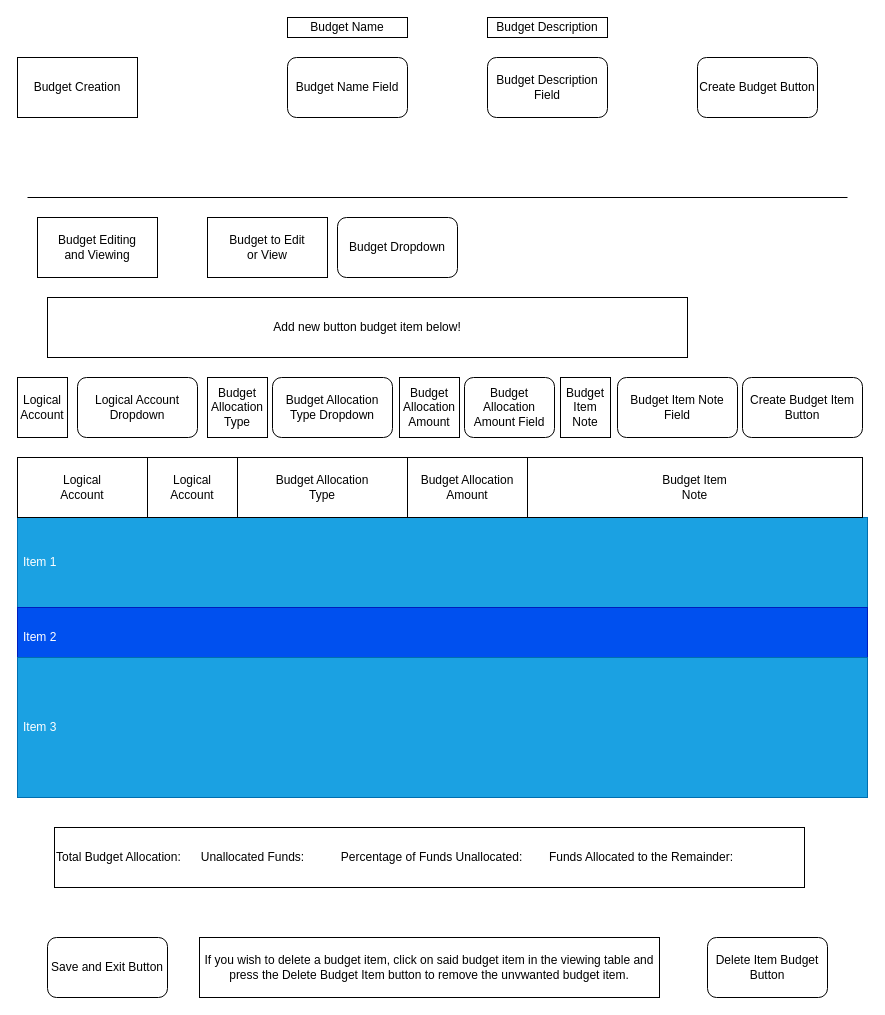
Before: page "Budgeting UI Rought Draft" (3 of 3) of Budgeting UI.drawio in Trenton-Gibson/Python-Finance-Project, a draw.io diagram. Source tidied: cells renumbered, new cells numbered last; positions are measured from the earlier drawing's top-left corner, leaving out a move shared by most shapes. Both pictures are drawn from the tidied source at 100%, with x=0, y=0 at pixel (17, 17).
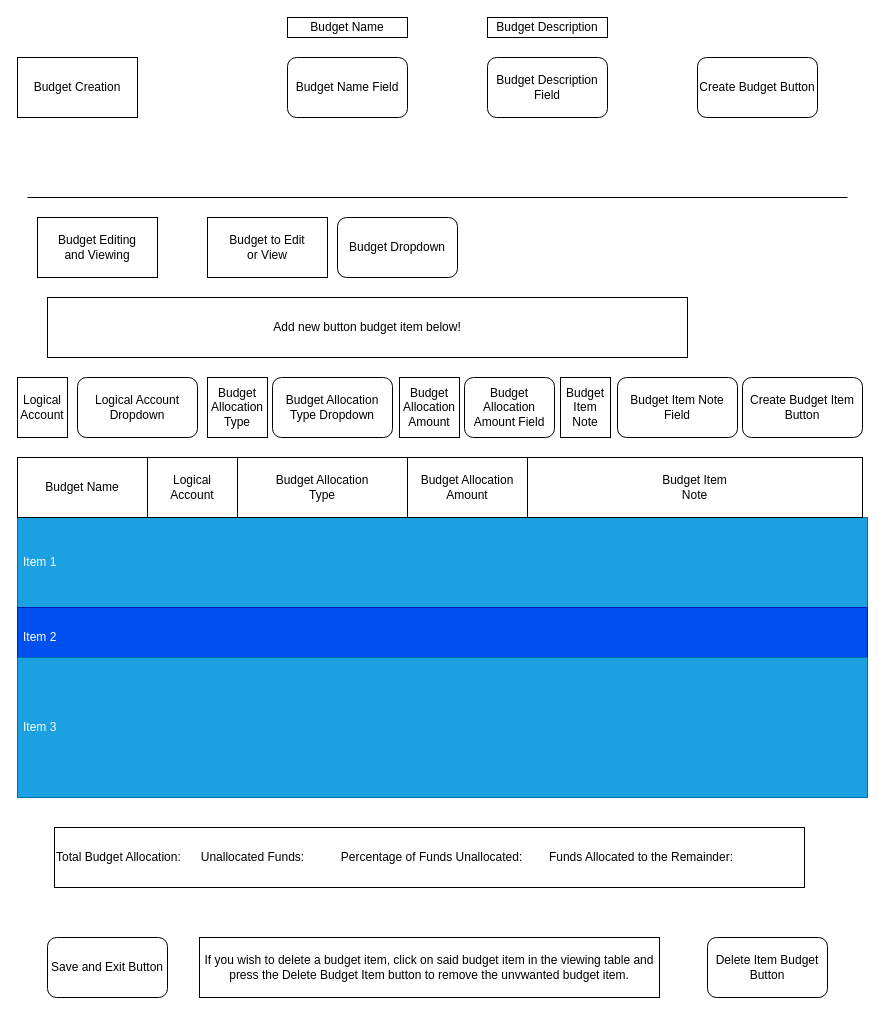
Above is the later version.

Commit message (it also covers changes not shown here):
Working on filling Budget Item Dropdowns

What changed in the source:
```diff
@@
-    <mxCell id="33" value="Logical&lt;br&gt;Account" style="rounded=0;whiteSpace=wrap;html=1;" parent="1" vertex="1">
+    <mxCell id="33" value="Budget Name" style="rounded=0;whiteSpace=wrap;html=1;" parent="1" vertex="1">
       <mxGeometry y="440" width="130" height="60" as="geometry" />
     </mxCell>
```
